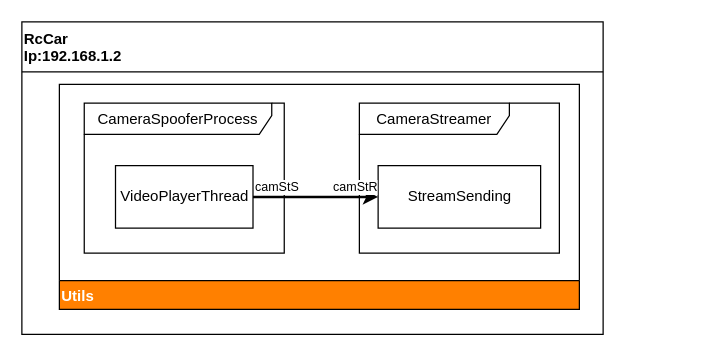
Above: page "CameraSpoofer" (2 of 2) of docs/source/diagrams/ComponentDia.drawio in ECC-BFMC/Brain (draw.io), before the change. Source tidied: cells renumbered, new cells numbered last; positions are measured from the earlier drawing's top-left corner, leaving out a move shared by most shapes. Both pictures are drawn from the tidied source at 125%, with x=0, y=0 at pixel (21, 21).
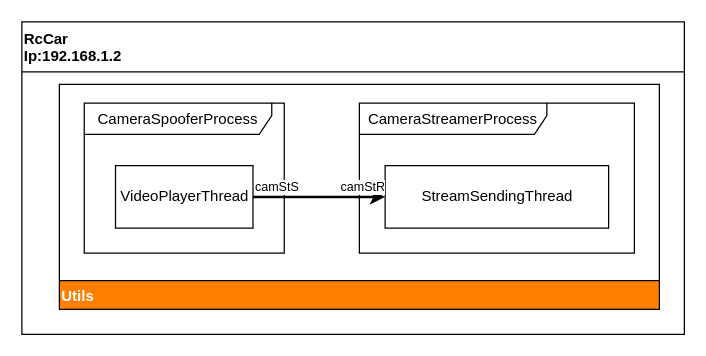
After the change.

Change to the diagram source:
```diff
@@
 <mxGraphModel>
   <root>
     <mxCell id="0" />
     <mxCell id="1" parent="0" />
     <mxCell id="2" value="RcCar&#10;Ip:192.168.1.2" style="swimlane;labelBackgroundColor=#ffffff;align=left;fontStyle=1;startSize=40;" parent="1" vertex="1">
-      <mxGeometry width="465" height="250" as="geometry" />
+      <mxGeometry width="530" height="250" as="geometry" />
     </mxCell>
     <mxCell id="3" value="Utils" style="swimlane;labelBackgroundColor=none;fillColor=#FF8000;gradientColor=none;fontColor=#FFFFFF;align=left;direction=west;" parent="2" vertex="1">
-      <mxGeometry x="30" y="50" width="416" height="180" as="geometry" />
+      <mxGeometry x="30" y="50" width="480" height="180" as="geometry" />
     </mxCell>
     <mxCell id="4" style="group;fillColor=#ffffff;" parent="3" vertex="1">
       <mxGeometry x="19.9" y="15" width="160" height="120" as="geometry" />
     </mxCell>
     <mxCell id="5" style="group;" parent="4" vertex="1">
       <mxGeometry width="160" height="120" as="geometry" />
     </mxCell>
     <mxCell id="6" value="CameraSpooferProcess" style="shape=umlFrame;whiteSpace=wrap;html=1;width=150;height=25;" parent="5" vertex="1">
       <mxGeometry width="160" height="120" as="geometry" />
     </mxCell>
     <mxCell id="7" value="VideoPlayerThread" style="html=1;" parent="5" vertex="1">
       <mxGeometry x="25" y="50" width="110" height="50" as="geometry" />
     </mxCell>
     <mxCell id="8" style="group;" parent="3" vertex="1">
-      <mxGeometry x="240" y="15" width="160" height="120" as="geometry" />
+      <mxGeometry x="240" y="15" width="220" height="120" as="geometry" />
     </mxCell>
-    <mxCell id="9" value="CameraStreamer" style="shape=umlFrame;whiteSpace=wrap;html=1;width=120;height=25;" parent="8" vertex="1">
-      <mxGeometry width="160" height="120" as="geometry" />
+    <mxCell id="9" value="CameraStreamerProcess" style="shape=umlFrame;whiteSpace=wrap;html=1;width=150;height=25;" parent="8" vertex="1">
+      <mxGeometry width="220" height="120" as="geometry" />
     </mxCell>
-    <mxCell id="10" value="StreamSending" style="html=1;" parent="8" vertex="1">
-      <mxGeometry x="15" y="50" width="130" height="50" as="geometry" />
+    <mxCell id="10" value="StreamSendingThread" style="html=1;" parent="8" vertex="1">
+      <mxGeometry x="20.6" y="50" width="178.8" height="50" as="geometry" />
     </mxCell>
     <mxCell id="11" style="endArrow=classic;html=1;edgeStyle=orthogonalEdgeStyle;strokeColor=#000000;strokeWidth=2;endFill=1;rounded=0;" parent="3" edge="1" source="7" target="10">
       <mxGeometry relative="1" as="geometry" />
     </mxCell>
     <mxCell id="12" value="camStS" style="html=1;align=left;verticalAlign=bottom;labelBackgroundColor=#ffffff;fontSize=10;labelBorderColor=none;" parent="11" vertex="1">
       <mxGeometry x="-1" relative="1" as="geometry" />
     </mxCell>
     <mxCell id="13" value="camStR" style="html=1;align=right;verticalAlign=bottom;labelBackgroundColor=#ffffff;fontSize=10;" parent="11" vertex="1">
       <mxGeometry x="1" relative="1" as="geometry" />
     </mxCell>
   </root>
 </mxGraphModel>
```
